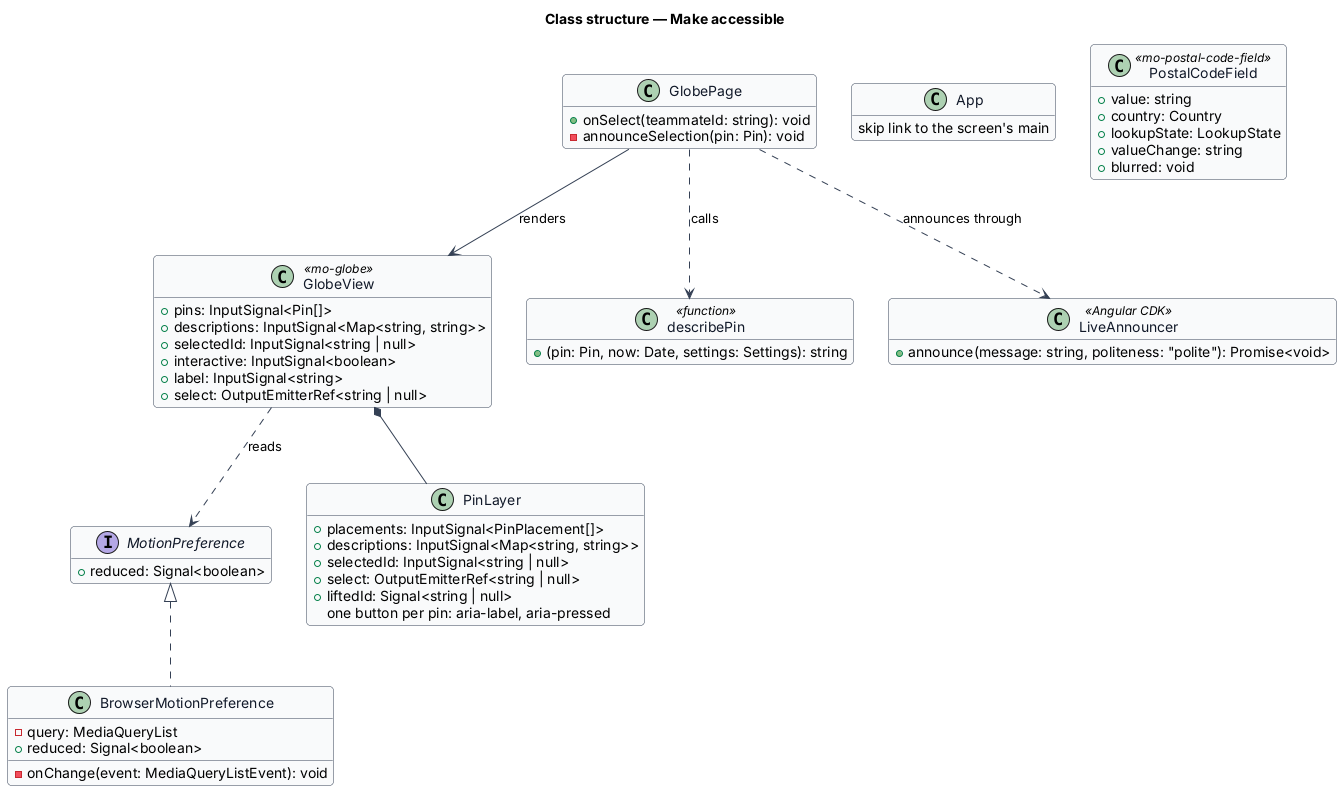
QuinntyneBrown/Mondino keeps this PlantUML diagram as docs/detailed-designs/platform/make-accessible/diagrams/class-structure.png. Above is the earlier version. Its diagram source:
```plantuml
@startuml
skinparam backgroundColor #FFFFFF
skinparam shadowing false
skinparam roundcorner 8
skinparam defaultFontName Arial
skinparam ArrowColor #344054
skinparam class {
  BorderColor #344054
  FontColor #101828
  BackgroundColor #F9FAFB
}
hide empty members
title Class structure — Make accessible

interface MotionPreference {
  +reduced: Signal<boolean>
}

class BrowserMotionPreference {
  -query: MediaQueryList
  +reduced: Signal<boolean>
  -onChange(event: MediaQueryListEvent): void
}

class GlobeView <<mo-globe>> {
  +pins: InputSignal<Pin[]>
  +descriptions: InputSignal<Map<string, string>>
  +selectedId: InputSignal<string | null>
  +interactive: InputSignal<boolean>
  +label: InputSignal<string>
  +select: OutputEmitterRef<string | null>
}

class PinLayer {
  +placements: InputSignal<PinPlacement[]>
  +descriptions: InputSignal<Map<string, string>>
  +selectedId: InputSignal<string | null>
  +select: OutputEmitterRef<string | null>
  +liftedId: Signal<string | null>
  one button per pin: aria-label, aria-pressed
}

class describePin <<function>> {
  +(pin: Pin, now: Date, settings: Settings): string
}

class GlobePage {
  +onSelect(teammateId: string): void
  -announceSelection(pin: Pin): void
}

class LiveAnnouncer <<Angular CDK>> {
  +announce(message: string, politeness: "polite"): Promise<void>
}

class App {
  skip link to the screen's main
}

class PostalCodeField <<mo-postal-code-field>> {
  +value: string
  +country: Country
  +lookupState: LookupState
  +valueChange: string
  +blurred: void
}

MotionPreference <|.. BrowserMotionPreference
GlobeView *-- PinLayer
GlobeView ..> MotionPreference : reads
GlobePage --> GlobeView : renders
GlobePage ..> describePin : calls
GlobePage ..> LiveAnnouncer : announces through
@enduml
```
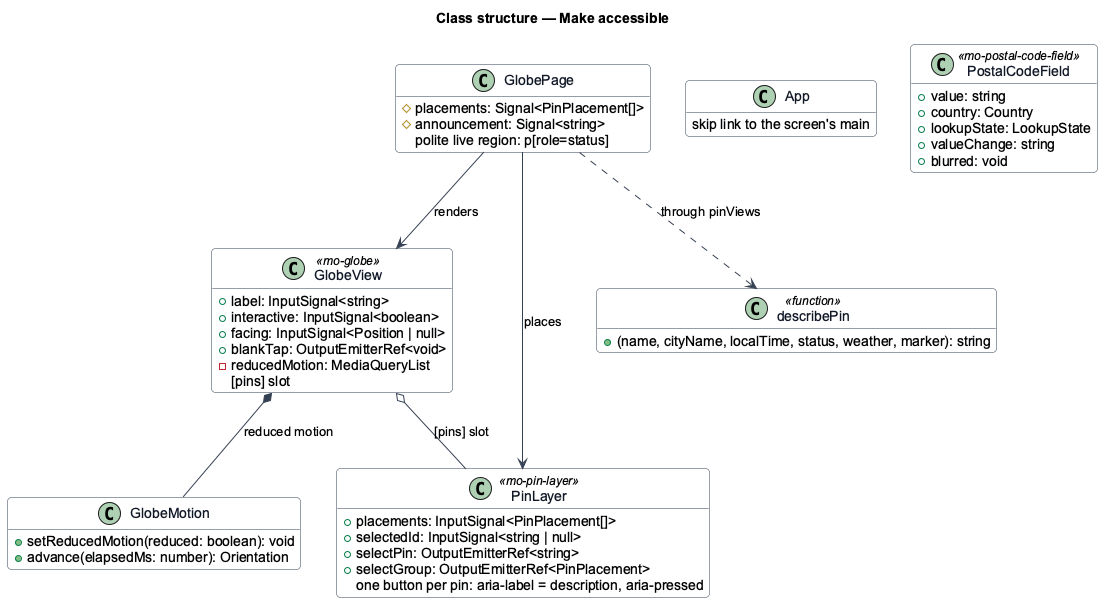
Later version of the same file.

Diff of the diagram source:
```diff
@@ -12,45 +12,36 @@
 hide empty members
 title Class structure — Make accessible
 
-interface MotionPreference {
-  +reduced: Signal<boolean>
-}
-
-class BrowserMotionPreference {
-  -query: MediaQueryList
-  +reduced: Signal<boolean>
-  -onChange(event: MediaQueryListEvent): void
+class GlobeMotion {
+  +setReducedMotion(reduced: boolean): void
+  +advance(elapsedMs: number): Orientation
 }
 
 class GlobeView <<mo-globe>> {
-  +pins: InputSignal<Pin[]>
-  +descriptions: InputSignal<Map<string, string>>
-  +selectedId: InputSignal<string | null>
+  +label: InputSignal<string>
   +interactive: InputSignal<boolean>
-  +label: InputSignal<string>
-  +select: OutputEmitterRef<string | null>
+  +facing: InputSignal<Position | null>
+  +blankTap: OutputEmitterRef<void>
+  -reducedMotion: MediaQueryList
+  [pins] slot
 }
 
-class PinLayer {
+class PinLayer <<mo-pin-layer>> {
   +placements: InputSignal<PinPlacement[]>
-  +descriptions: InputSignal<Map<string, string>>
   +selectedId: InputSignal<string | null>
-  +select: OutputEmitterRef<string | null>
-  +liftedId: Signal<string | null>
-  one button per pin: aria-label, aria-pressed
+  +selectPin: OutputEmitterRef<string>
+  +selectGroup: OutputEmitterRef<PinPlacement>
+  one button per pin: aria-label = description, aria-pressed
 }
 
 class describePin <<function>> {
-  +(pin: Pin, now: Date, settings: Settings): string
+  +(name, cityName, localTime, status, weather, marker): string
 }
 
 class GlobePage {
-  +onSelect(teammateId: string): void
-  -announceSelection(pin: Pin): void
-}
-
-class LiveAnnouncer <<Angular CDK>> {
-  +announce(message: string, politeness: "polite"): Promise<void>
+  #placements: Signal<PinPlacement[]>
+  #announcement: Signal<string>
+  polite live region: p[role=status]
 }
 
 class App {
@@ -65,10 +56,9 @@
   +blurred: void
 }
 
-MotionPreference <|.. BrowserMotionPreference
-GlobeView *-- PinLayer
-GlobeView ..> MotionPreference : reads
+GlobeView o-- PinLayer : [pins] slot
+GlobeView *-- GlobeMotion : reduced motion
 GlobePage --> GlobeView : renders
-GlobePage ..> describePin : calls
-GlobePage ..> LiveAnnouncer : announces through
+GlobePage --> PinLayer : places
+GlobePage ..> describePin : through pinViews
 @enduml
```
